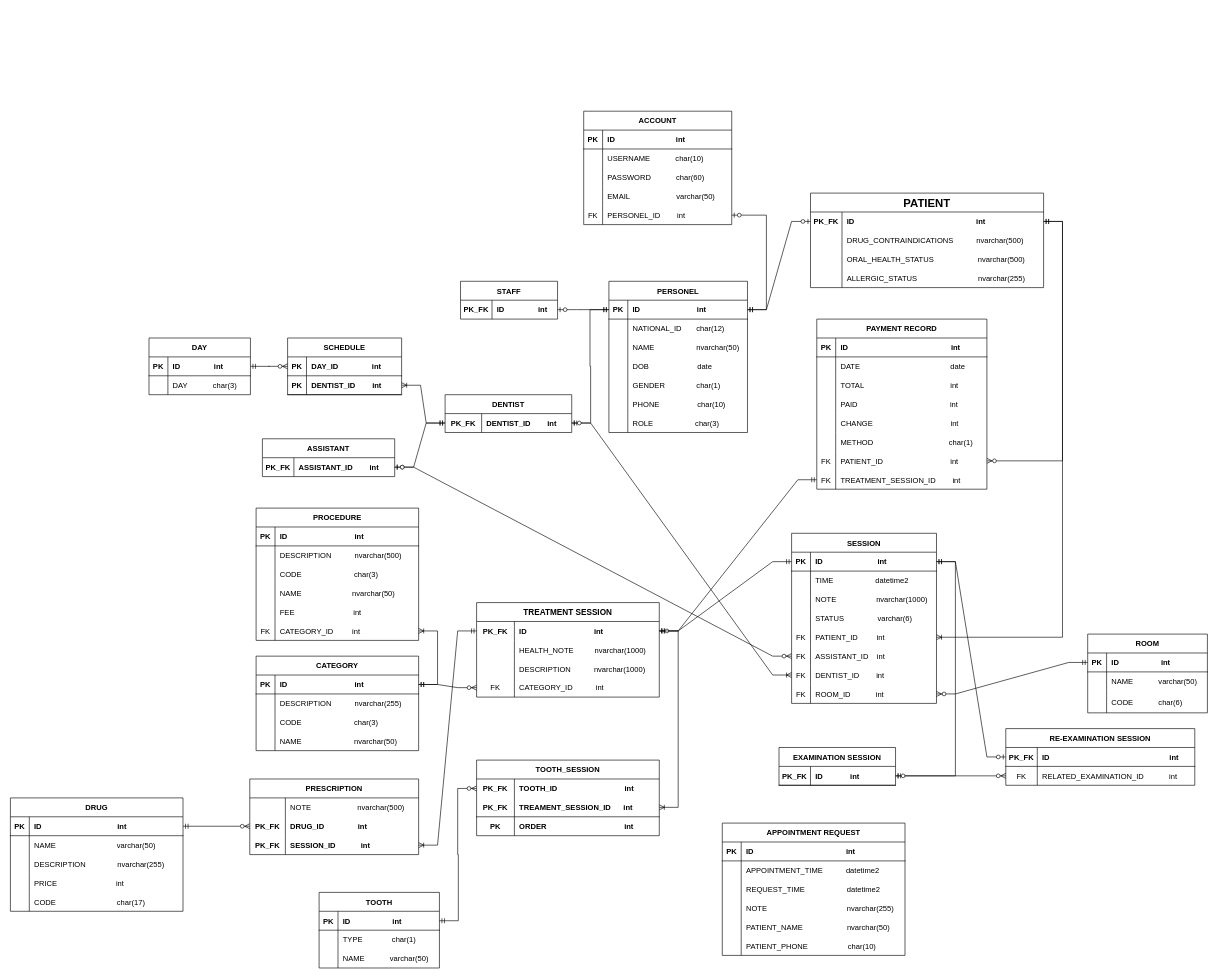
nibtr/clinic-db keeps this draw.io diagram as diagrams/physical-diagram.drawio. Above is the earlier version. Source tidied: cells renumbered, new cells numbered last; positions are measured from the earlier drawing's top-left corner, leaving out a move shared by most shapes. Both pictures are drawn from the tidied source at 63%, with x=0, y=0 at pixel (10, 111).
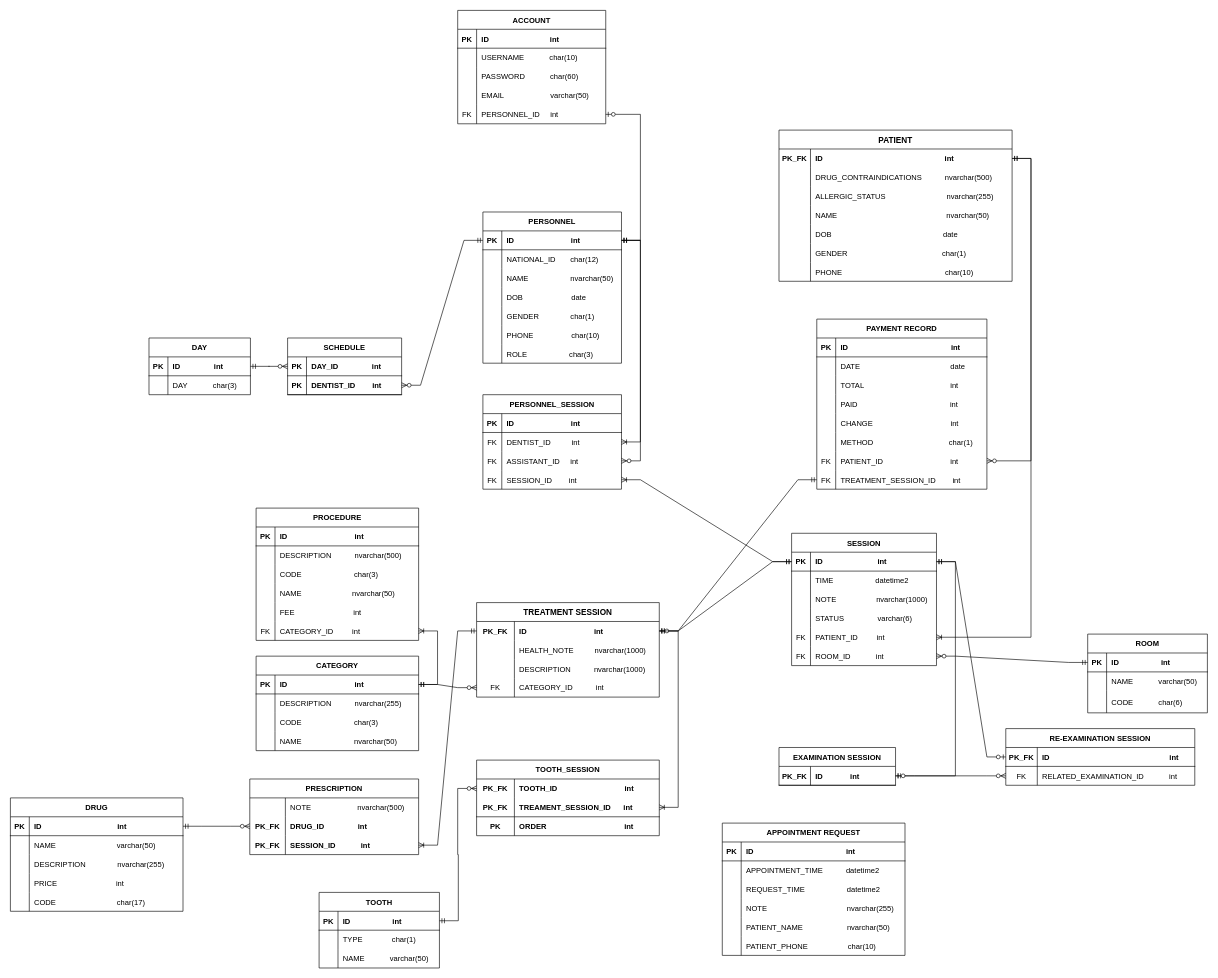
After the change.

Commit message (it also covers changes not shown here):
update physical diagram + base tables doc

The change refers to these unchanged cells:
```xml
<mxCell id="15" style="shape=tableRow;horizontal=0;startSize=0;swimlaneHead=0;swimlaneBody=0;fillColor=none;points=[[0,0.5],[1,0.5]];portConstraint=eastwest;top=0;left=0;right=0;bottom=0;" parent="2" vertex="1">
  <mxGeometry y="150" width="235" height="30" as="geometry" />
</mxCell>
<mxCell id="19" style="shape=tableRow;horizontal=0;startSize=0;swimlaneHead=0;swimlaneBody=0;fillColor=none;points=[[0,0.5],[1,0.5]];portConstraint=eastwest;top=0;left=0;right=0;bottom=1;" parent="18" vertex="1">
  <mxGeometry y="30" width="220" height="30" as="geometry" />
</mxCell>
<mxCell id="41" style="shape=tableRow;horizontal=0;startSize=0;swimlaneHead=0;swimlaneBody=0;fillColor=none;points=[[0,0.5],[1,0.5]];portConstraint=eastwest;top=0;left=0;right=0;bottom=0;fontSize=18;" parent="40" vertex="1">
  <mxGeometry y="30" width="370" height="30" as="geometry" />
</mxCell>
<mxCell id="79" style="shape=tableRow;horizontal=0;startSize=0;swimlaneHead=0;swimlaneBody=0;fillColor=none;points=[[0,0.5],[1,0.5]];portConstraint=eastwest;top=0;left=0;right=0;bottom=1;fontSize=12;" parent="78" vertex="1">
  <mxGeometry y="30" width="230" height="30" as="geometry" />
</mxCell>
<mxCell id="276" style="shape=tableRow;horizontal=0;startSize=0;swimlaneHead=0;swimlaneBody=0;fillColor=none;points=[[0,0.5],[1,0.5]];portConstraint=eastwest;top=0;left=0;right=0;bottom=1;fontSize=12;" parent="272" vertex="1">
  <mxGeometry y="60" width="181" height="30" as="geometry" />
</mxCell>
```

The edit, as a diff of the source:
```diff
@@
     <mxCell id="2" value="ACCOUNT" style="shape=table;startSize=30;childLayout=tableLayout;rowLines=0;fontStyle=1;align=center;" parent="1" vertex="1">
-      <mxGeometry x="910" width="235" height="180" as="geometry" />
+      <mxGeometry x="710" y="-160" width="235" height="180" as="geometry" />
     </mxCell>
@@
-    <mxCell id="17" value="PERSONEL_ID        int" style="shape=partialRectangle;fillColor=none;top=0;left=0;bottom=0;right=0;align=left;spacingLeft=6;overflow=hidden;" parent="15" vertex="1">
+    <mxCell id="17" value="PERSONNEL_ID     int" style="shape=partialRectangle;fillColor=none;top=0;left=0;bottom=0;right=0;align=left;spacingLeft=6;overflow=hidden;" parent="15" vertex="1">
       <mxGeometry x="30" width="205" height="30" as="geometry" />
     </mxCell>
-    <mxCell id="18" value="PERSONEL" style="shape=table;startSize=30;childLayout=tableLayout;rowLines=0;fontStyle=1;align=center;" parent="1" vertex="1">
-      <mxGeometry x="950" y="270" width="220" height="240" as="geometry" />
+    <mxCell id="18" value="PERSONNEL" style="shape=table;startSize=30;childLayout=tableLayout;rowLines=0;fontStyle=1;align=center;" parent="1" vertex="1">
+      <mxGeometry x="750" y="160" width="220" height="240" as="geometry" />
     </mxCell>
@@
-    <mxCell id="40" value="PATIENT" style="shape=table;startSize=30;childLayout=tableLayout;rowLines=0;fontStyle=1;align=center;fontSize=18;" parent="1" vertex="1">
-      <mxGeometry x="1270" y="130" width="370" height="150" as="geometry" />
+    <mxCell id="40" value="PATIENT" style="shape=table;startSize=30;childLayout=tableLayout;rowLines=0;fontStyle=1;align=center;fontSize=13;" parent="1" vertex="1">
+      <mxGeometry x="1220" y="30" width="370" height="240" as="geometry" />
     </mxCell>
@@
-    <mxCell id="47" style="shape=tableRow;horizontal=0;startSize=0;swimlaneHead=0;swimlaneBody=0;fillColor=none;top=0;left=0;right=0;bottom=0;fontSize=18;" parent="40" vertex="1">
-      <mxGeometry y="90" width="370" height="30" as="geometry" />
-    </mxCell>
-    <mxCell id="48" style="shape=partialRectangle;fillColor=none;top=0;left=0;bottom=0;right=0;overflow=hidden;fontSize=18;" parent="47" vertex="1">
-      <mxGeometry width="50" height="30" as="geometry" />
-    </mxCell>
-    <mxCell id="49" value="ORAL_HEALTH_STATUS                     nvarchar(500)" style="shape=partialRectangle;fillColor=none;top=0;left=0;bottom=0;right=0;align=left;spacingLeft=6;overflow=hidden;fontSize=12;" parent="47" vertex="1">
-      <mxGeometry x="50" width="320" height="30" as="geometry" />
-    </mxCell>
     <mxCell id="50" style="shape=tableRow;horizontal=0;startSize=0;swimlaneHead=0;swimlaneBody=0;fillColor=none;top=0;left=0;right=0;bottom=0;fontSize=18;" parent="40" vertex="1">
-      <mxGeometry y="120" width="370" height="30" as="geometry" />
+      <mxGeometry y="90" width="370" height="30" as="geometry" />
     </mxCell>
@@
+    <mxCell id="283" style="shape=tableRow;horizontal=0;startSize=0;swimlaneHead=0;swimlaneBody=0;fillColor=none;top=0;left=0;right=0;bottom=0;fontSize=18;" parent="40" vertex="1">
+      <mxGeometry y="120" width="370" height="30" as="geometry" />
+    </mxCell>
+    <mxCell id="284" style="shape=partialRectangle;fillColor=none;top=0;left=0;bottom=0;right=0;overflow=hidden;fontSize=12;" parent="283" vertex="1">
+      <mxGeometry width="50" height="30" as="geometry" />
+    </mxCell>
+    <mxCell id="285" value="NAME                                                    nvarchar(50)" style="shape=partialRectangle;fillColor=none;top=0;left=0;bottom=0;right=0;align=left;spacingLeft=6;overflow=hidden;fontSize=12;" parent="283" vertex="1">
+      <mxGeometry x="50" width="320" height="30" as="geometry" />
+    </mxCell>
+    <mxCell id="286" style="shape=tableRow;horizontal=0;startSize=0;swimlaneHead=0;swimlaneBody=0;fillColor=none;top=0;left=0;right=0;bottom=0;fontSize=18;" parent="40" vertex="1">
+      <mxGeometry y="150" width="370" height="30" as="geometry" />
+    </mxCell>
+    <mxCell id="287" style="shape=partialRectangle;fillColor=none;top=0;left=0;bottom=0;right=0;overflow=hidden;fontSize=12;" parent="286" vertex="1">
+      <mxGeometry width="50" height="30" as="geometry" />
+    </mxCell>
+    <mxCell id="288" value="DOB                                                     date" style="shape=partialRectangle;fillColor=none;top=0;left=0;bottom=0;right=0;align=left;spacingLeft=6;overflow=hidden;fontSize=12;" parent="286" vertex="1">
+      <mxGeometry x="50" width="320" height="30" as="geometry" />
+    </mxCell>
+    <mxCell id="289" style="shape=tableRow;horizontal=0;startSize=0;swimlaneHead=0;swimlaneBody=0;fillColor=none;top=0;left=0;right=0;bottom=0;fontSize=18;" parent="40" vertex="1">
+      <mxGeometry y="180" width="370" height="30" as="geometry" />
+    </mxCell>
+    <mxCell id="290" style="shape=partialRectangle;fillColor=none;top=0;left=0;bottom=0;right=0;overflow=hidden;fontSize=12;" parent="289" vertex="1">
+      <mxGeometry width="50" height="30" as="geometry" />
+    </mxCell>
+    <mxCell id="291" value="GENDER                                             char(1)" style="shape=partialRectangle;fillColor=none;top=0;left=0;bottom=0;right=0;align=left;spacingLeft=6;overflow=hidden;fontSize=12;" parent="289" vertex="1">
+      <mxGeometry x="50" width="320" height="30" as="geometry" />
+    </mxCell>
+    <mxCell id="292" style="shape=tableRow;horizontal=0;startSize=0;swimlaneHead=0;swimlaneBody=0;fillColor=none;top=0;left=0;right=0;bottom=0;fontSize=18;" parent="40" vertex="1">
+      <mxGeometry y="210" width="370" height="30" as="geometry" />
+    </mxCell>
+    <mxCell id="293" style="shape=partialRectangle;fillColor=none;top=0;left=0;bottom=0;right=0;overflow=hidden;fontSize=12;" parent="292" vertex="1">
+      <mxGeometry width="50" height="30" as="geometry" />
+    </mxCell>
+    <mxCell id="294" value="PHONE                                                 char(10)" style="shape=partialRectangle;fillColor=none;top=0;left=0;bottom=0;right=0;align=left;spacingLeft=6;overflow=hidden;fontSize=12;" parent="292" vertex="1">
+      <mxGeometry x="50" width="320" height="30" as="geometry" />
+    </mxCell>
@@
     <mxCell id="78" value="SESSION" style="shape=table;startSize=30;childLayout=tableLayout;rowLines=0;fontStyle=1;align=center;fontSize=12;" parent="1" vertex="1">
-      <mxGeometry x="1240" y="670" width="230" height="270" as="geometry" />
+      <mxGeometry x="1240" y="670" width="230" height="210" as="geometry" />
     </mxCell>
@@
-    <mxCell id="94" style="shape=tableRow;horizontal=0;startSize=0;swimlaneHead=0;swimlaneBody=0;fillColor=none;points=[[0,0.5],[1,0.5]];portConstraint=eastwest;top=0;left=0;right=0;bottom=0;fontSize=12;" parent="78" vertex="1">
-      <mxGeometry y="180" width="230" height="30" as="geometry" />
-    </mxCell>
-    <mxCell id="95" value="FK" style="shape=partialRectangle;fillColor=none;top=0;left=0;bottom=0;right=0;overflow=hidden;fontSize=12;" parent="94" vertex="1">
-      <mxGeometry width="30" height="30" as="geometry" />
-    </mxCell>
-    <mxCell id="96" value="ASSISTANT_ID    int" style="shape=partialRectangle;fillColor=none;top=0;left=0;bottom=0;right=0;align=left;spacingLeft=6;overflow=hidden;fontSize=12;" parent="94" vertex="1">
-      <mxGeometry x="30" width="200" height="30" as="geometry" />
-    </mxCell>
-    <mxCell id="97" style="shape=tableRow;horizontal=0;startSize=0;swimlaneHead=0;swimlaneBody=0;fillColor=none;points=[[0,0.5],[1,0.5]];portConstraint=eastwest;top=0;left=0;right=0;bottom=0;fontSize=12;" parent="78" vertex="1">
-      <mxGeometry y="210" width="230" height="30" as="geometry" />
-    </mxCell>
-    <mxCell id="98" value="FK" style="shape=partialRectangle;fillColor=none;top=0;left=0;bottom=0;right=0;overflow=hidden;fontSize=12;" parent="97" vertex="1">
-      <mxGeometry width="30" height="30" as="geometry" />
-    </mxCell>
-    <mxCell id="99" value="DENTIST_ID        int" style="shape=partialRectangle;fillColor=none;top=0;left=0;bottom=0;right=0;align=left;spacingLeft=6;overflow=hidden;fontSize=12;" parent="97" vertex="1">
-      <mxGeometry x="30" width="200" height="30" as="geometry" />
-    </mxCell>
     <mxCell id="100" style="shape=tableRow;horizontal=0;startSize=0;swimlaneHead=0;swimlaneBody=0;fillColor=none;points=[[0,0.5],[1,0.5]];portConstraint=eastwest;top=0;left=0;right=0;bottom=0;fontSize=12;" parent="78" vertex="1">
-      <mxGeometry y="240" width="230" height="30" as="geometry" />
+      <mxGeometry y="180" width="230" height="30" as="geometry" />
     </mxCell>
@@
-    <mxCell id="204" value="STAFF" style="shape=table;startSize=30;childLayout=tableLayout;rowLines=0;fontStyle=1;align=center;fontSize=12;" parent="1" vertex="1">
-      <mxGeometry x="714.5" y="270" width="154" height="60" as="geometry" />
-    </mxCell>
-    <mxCell id="205" style="shape=tableRow;horizontal=0;startSize=0;swimlaneHead=0;swimlaneBody=0;fillColor=none;points=[[0,0.5],[1,0.5]];portConstraint=eastwest;top=0;left=0;right=0;bottom=0;fontSize=12;" parent="204" vertex="1">
-      <mxGeometry y="30" width="154" height="30" as="geometry" />
-    </mxCell>
-    <mxCell id="206" value="PK_FK" style="shape=partialRectangle;fillColor=none;top=0;left=0;bottom=0;right=0;overflow=hidden;fontSize=12;fontStyle=1;" parent="205" vertex="1">
-      <mxGeometry width="50" height="30" as="geometry" />
-    </mxCell>
-    <mxCell id="207" value="ID                int" style="shape=partialRectangle;fillColor=none;top=0;left=0;bottom=0;right=0;align=left;spacingLeft=6;overflow=hidden;fontSize=12;fontStyle=1;" parent="205" vertex="1">
-      <mxGeometry x="50" width="104" height="30" as="geometry" />
-    </mxCell>
-    <mxCell id="208" value="DENTIST" style="shape=table;startSize=30;childLayout=tableLayout;rowLines=0;fontStyle=1;align=center;fontSize=12;" parent="1" vertex="1">
-      <mxGeometry x="690" y="450" width="201" height="60" as="geometry" />
-    </mxCell>
-    <mxCell id="209" style="shape=tableRow;horizontal=0;startSize=0;swimlaneHead=0;swimlaneBody=0;fillColor=none;points=[[0,0.5],[1,0.5]];portConstraint=eastwest;top=0;left=0;right=0;bottom=0;fontSize=12;" parent="208" vertex="1">
-      <mxGeometry y="30" width="201" height="30" as="geometry" />
-    </mxCell>
-    <mxCell id="210" value="PK_FK" style="shape=partialRectangle;fillColor=none;top=0;left=0;bottom=0;right=0;overflow=hidden;fontSize=12;fontStyle=1;" parent="209" vertex="1">
-      <mxGeometry width="58" height="30" as="geometry" />
-    </mxCell>
-    <mxCell id="211" value="DENTIST_ID        int" style="shape=partialRectangle;fillColor=none;top=0;left=0;bottom=0;right=0;align=left;spacingLeft=6;overflow=hidden;fontSize=12;fontStyle=1;" parent="209" vertex="1">
-      <mxGeometry x="58" width="143" height="30" as="geometry" />
-    </mxCell>
-    <mxCell id="212" value="ASSISTANT" style="shape=table;startSize=30;childLayout=tableLayout;rowLines=0;fontStyle=1;align=center;fontSize=12;" parent="1" vertex="1">
-      <mxGeometry x="400" y="520" width="210" height="60" as="geometry" />
-    </mxCell>
-    <mxCell id="213" style="shape=tableRow;horizontal=0;startSize=0;swimlaneHead=0;swimlaneBody=0;fillColor=none;points=[[0,0.5],[1,0.5]];portConstraint=eastwest;top=0;left=0;right=0;bottom=0;fontSize=12;" parent="212" vertex="1">
-      <mxGeometry y="30" width="210" height="30" as="geometry" />
-    </mxCell>
-    <mxCell id="214" value="PK_FK" style="shape=partialRectangle;fillColor=none;top=0;left=0;bottom=0;right=0;overflow=hidden;fontSize=12;fontStyle=1;" parent="213" vertex="1">
-      <mxGeometry width="50" height="30" as="geometry" />
-    </mxCell>
-    <mxCell id="215" value="ASSISTANT_ID        int" style="shape=partialRectangle;fillColor=none;top=0;left=0;bottom=0;right=0;align=left;spacingLeft=6;overflow=hidden;fontSize=12;fontStyle=1;" parent="213" vertex="1">
-      <mxGeometry x="50" width="160" height="30" as="geometry" />
-    </mxCell>
@@
-    <mxCell id="253" style="edgeStyle=entityRelationEdgeStyle;fontSize=12;html=1;endArrow=ERzeroToOne;startArrow=ERmandOne;rounded=0;" parent="1" edge="1" source="19" target="205">
-      <mxGeometry relative="1" as="geometry" />
-    </mxCell>
-    <mxCell id="254" style="edgeStyle=entityRelationEdgeStyle;fontSize=12;html=1;endArrow=ERzeroToOne;startArrow=ERmandOne;rounded=0;" parent="1" edge="1" source="19" target="41">
-      <mxGeometry relative="1" as="geometry">
-        <Array as="points">
-          <mxPoint x="1100" y="130" />
-          <mxPoint x="1190" y="50" />
-          <mxPoint x="1180" y="40" />
-        </Array>
-      </mxGeometry>
-    </mxCell>
@@
-    <mxCell id="262" style="edgeStyle=entityRelationEdgeStyle;fontSize=12;html=1;endArrow=ERzeroToOne;startArrow=ERmandOne;rounded=0;" parent="1" edge="1" source="209" target="213">
-      <mxGeometry relative="1" as="geometry" />
-    </mxCell>
@@
-    <mxCell id="269" style="edgeStyle=entityRelationEdgeStyle;fontSize=12;html=1;endArrow=ERoneToMany;startArrow=ERmandOne;rounded=0;" parent="1" edge="1" source="209" target="97">
-      <mxGeometry relative="1" as="geometry" />
-    </mxCell>
-    <mxCell id="270" style="edgeStyle=entityRelationEdgeStyle;fontSize=12;html=1;endArrow=ERzeroToOne;startArrow=ERmandOne;rounded=0;" parent="1" edge="1" source="19" target="209">
-      <mxGeometry relative="1" as="geometry" />
-    </mxCell>
-    <mxCell id="271" style="edgeStyle=entityRelationEdgeStyle;fontSize=12;html=1;endArrow=ERzeroToMany;startArrow=ERzeroToOne;rounded=0;" parent="1" edge="1" source="213" target="94">
-      <mxGeometry relative="1" as="geometry">
-        <Array as="points">
-          <mxPoint x="700" y="610" />
-        </Array>
-      </mxGeometry>
-    </mxCell>
@@
-    <mxCell id="280" style="edgeStyle=entityRelationEdgeStyle;fontSize=12;html=1;endArrow=ERoneToMany;startArrow=ERmandOne;rounded=0;" parent="1" edge="1" source="209" target="276">
-      <mxGeometry relative="1" as="geometry" />
-    </mxCell>
@@
+    <mxCell id="295" style="edgeStyle=entityRelationEdgeStyle;fontSize=12;html=1;endArrow=ERzeroToMany;startArrow=ERmandOne;rounded=0;" parent="1" edge="1" source="19" target="276">
+      <mxGeometry relative="1" as="geometry" />
+    </mxCell>
+    <mxCell id="296" value="PERSONNEL_SESSION" style="shape=table;startSize=30;childLayout=tableLayout;rowLines=0;fontStyle=1;align=center;" parent="1" vertex="1">
+      <mxGeometry x="750" y="450" width="220" height="150" as="geometry" />
+    </mxCell>
+    <mxCell id="297" style="shape=tableRow;horizontal=0;startSize=0;swimlaneHead=0;swimlaneBody=0;fillColor=none;top=0;left=0;right=0;bottom=1;" parent="296" vertex="1">
+      <mxGeometry y="30" width="220" height="30" as="geometry" />
+    </mxCell>
+    <mxCell id="298" value="PK" style="shape=partialRectangle;fillColor=none;top=0;left=0;bottom=0;right=0;fontStyle=1;overflow=hidden;" parent="297" vertex="1">
+      <mxGeometry width="30" height="30" as="geometry" />
+    </mxCell>
+    <mxCell id="207" value="ID                           int" style="shape=partialRectangle;fillColor=none;top=0;left=0;bottom=0;right=0;align=left;spacingLeft=6;fontStyle=1;overflow=hidden;" parent="297" vertex="1">
+      <mxGeometry x="30" width="190" height="30" as="geometry" />
+    </mxCell>
+    <mxCell id="299" style="shape=tableRow;horizontal=0;startSize=0;swimlaneHead=0;swimlaneBody=0;fillColor=none;points=[[0,0.5],[1,0.5]];portConstraint=eastwest;top=0;left=0;right=0;bottom=0;" parent="296" vertex="1">
+      <mxGeometry y="60" width="220" height="30" as="geometry" />
+    </mxCell>
+    <mxCell id="300" value="FK" style="shape=partialRectangle;fillColor=none;top=0;left=0;bottom=0;right=0;overflow=hidden;" parent="299" vertex="1">
+      <mxGeometry width="30" height="30" as="geometry" />
+    </mxCell>
+    <mxCell id="301" value="DENTIST_ID          int" style="shape=partialRectangle;fillColor=none;top=0;left=0;bottom=0;right=0;align=left;spacingLeft=6;overflow=hidden;" parent="299" vertex="1">
+      <mxGeometry x="30" width="190" height="30" as="geometry" />
+    </mxCell>
+    <mxCell id="302" style="shape=tableRow;horizontal=0;startSize=0;swimlaneHead=0;swimlaneBody=0;fillColor=none;points=[[0,0.5],[1,0.5]];portConstraint=eastwest;top=0;left=0;right=0;bottom=0;" parent="296" vertex="1">
+      <mxGeometry y="90" width="220" height="30" as="geometry" />
+    </mxCell>
+    <mxCell id="303" value="FK" style="shape=partialRectangle;fillColor=none;top=0;left=0;bottom=0;right=0;overflow=hidden;" parent="302" vertex="1">
+      <mxGeometry width="30" height="30" as="geometry" />
+    </mxCell>
+    <mxCell id="304" value="ASSISTANT_ID     int" style="shape=partialRectangle;fillColor=none;top=0;left=0;bottom=0;right=0;align=left;spacingLeft=6;overflow=hidden;" parent="302" vertex="1">
+      <mxGeometry x="30" width="190" height="30" as="geometry" />
+    </mxCell>
+    <mxCell id="305" style="shape=tableRow;horizontal=0;startSize=0;swimlaneHead=0;swimlaneBody=0;fillColor=none;points=[[0,0.5],[1,0.5]];portConstraint=eastwest;top=0;left=0;right=0;bottom=0;" parent="296" vertex="1">
+      <mxGeometry y="120" width="220" height="30" as="geometry" />
+    </mxCell>
+    <mxCell id="306" value="FK" style="shape=partialRectangle;fillColor=none;top=0;left=0;bottom=0;right=0;overflow=hidden;" parent="305" vertex="1">
+      <mxGeometry width="30" height="30" as="geometry" />
+    </mxCell>
+    <mxCell id="307" value="SESSION_ID        int" style="shape=partialRectangle;fillColor=none;top=0;left=0;bottom=0;right=0;align=left;spacingLeft=6;overflow=hidden;" parent="305" vertex="1">
+      <mxGeometry x="30" width="190" height="30" as="geometry" />
+    </mxCell>
+    <mxCell id="308" style="edgeStyle=entityRelationEdgeStyle;fontSize=12;html=1;endArrow=ERoneToMany;startArrow=ERmandOne;rounded=0;" parent="1" edge="1" source="19" target="299">
+      <mxGeometry relative="1" as="geometry" />
+    </mxCell>
+    <mxCell id="309" style="edgeStyle=entityRelationEdgeStyle;fontSize=12;html=1;endArrow=ERzeroToMany;startArrow=ERmandOne;rounded=0;" parent="1" edge="1" source="19" target="302">
+      <mxGeometry relative="1" as="geometry" />
+    </mxCell>
+    <mxCell id="310" style="edgeStyle=entityRelationEdgeStyle;fontSize=12;html=1;endArrow=ERoneToMany;startArrow=ERmandOne;rounded=0;" parent="1" edge="1" source="79" target="305">
+      <mxGeometry relative="1" as="geometry" />
+    </mxCell>
```
